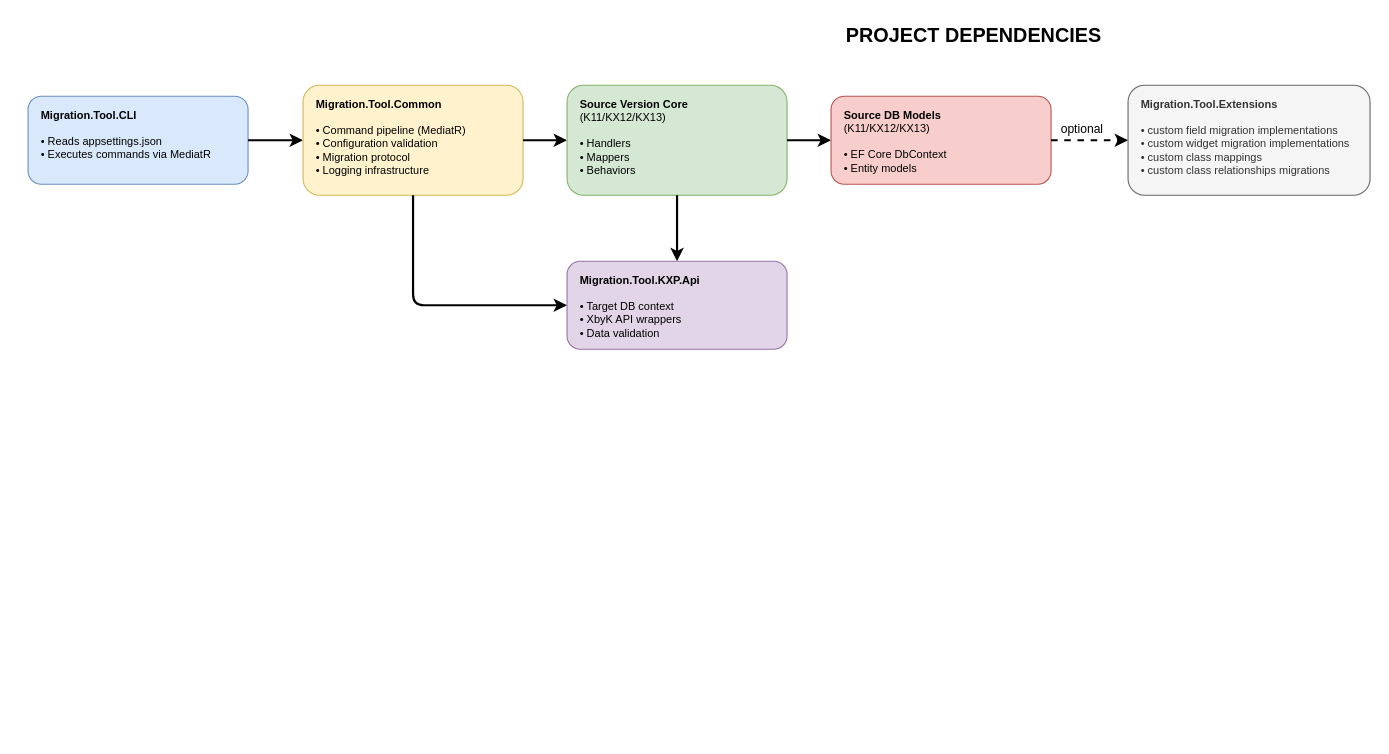
Earlier version of the draw.io diagram images/diagrams/project-dependencies.drawio (Kentico/xperience-by-kentico-kentico-migration-tool). Source tidied: cells renumbered, new cells numbered last; positions are measured from the earlier drawing's top-left corner, leaving out a move shared by most shapes. Both pictures are drawn from the tidied source at 110%, with x=0, y=0 at pixel (28, 19).
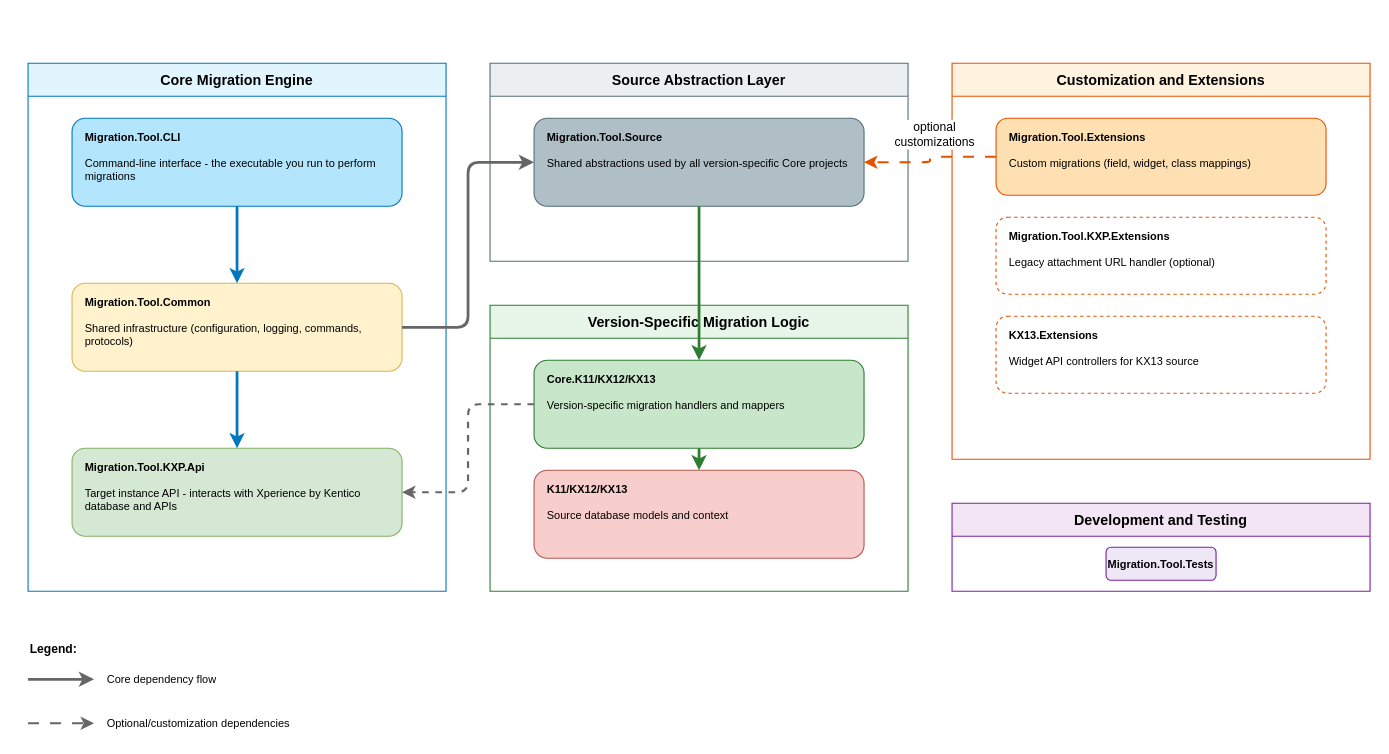
The same diagram, later.

Commit message (it also covers changes not shown here):
Migraton tool architecture and projects structure

Diff of the diagram source:
```diff
@@
-    <mxCell id="2" value="PROJECT DEPENDENCIES" style="text;html=1;strokeColor=none;fillColor=none;align=center;verticalAlign=middle;whiteSpace=wrap;rounded=0;fontSize=18;fontStyle=1;" parent="1" vertex="1">
-      <mxGeometry x="610" width="500" height="30" as="geometry" />
-    </mxCell>
+    <mxCell id="15" value="Core Migration Engine" style="swimlane;startSize=30;fillColor=#e1f5fe;strokeColor=#0277bd;fontStyle=1;fontSize=13;" parent="1" vertex="1">
+      <mxGeometry y="40" width="380" height="480" as="geometry" />
+    </mxCell>
-    <mxCell id="3" value="&lt;b&gt;Migration.Tool.CLI&lt;/b&gt;&lt;br&gt;&lt;br&gt;• Reads appsettings.json&lt;br&gt;• Executes commands via MediatR" style="rounded=1;whiteSpace=wrap;html=1;fillColor=#dae8fc;strokeColor=#6c8ebf;fontSize=10;align=left;verticalAlign=top;spacingLeft=10;spacingTop=5;" parent="1" vertex="1">
-      <mxGeometry y="70" width="200" height="80" as="geometry" />
+    <mxCell id="3" value="&lt;b&gt;Migration.Tool.CLI&lt;/b&gt;&lt;br&gt;&lt;br&gt;Command-line interface - the executable you run to perform migrations" style="rounded=1;whiteSpace=wrap;html=1;fillColor=#b3e5fc;strokeColor=#0277bd;fontSize=10;align=left;verticalAlign=top;spacingLeft=10;spacingTop=5;" parent="15" vertex="1">
+      <mxGeometry x="40" y="50" width="300" height="80" as="geometry" />
     </mxCell>
+    <mxCell id="5" value="&lt;b&gt;Migration.Tool.Common&lt;/b&gt;&lt;br&gt;&lt;br&gt;Shared infrastructure (configuration, logging, commands, protocols)" style="rounded=1;whiteSpace=wrap;html=1;fillColor=#fff2cc;strokeColor=#d6b656;fontSize=10;align=left;verticalAlign=top;spacingLeft=10;spacingTop=5;" parent="15" vertex="1">
+      <mxGeometry x="40" y="200" width="300" height="80" as="geometry" />
+    </mxCell>
+    <mxCell id="12" value="&lt;b&gt;Migration.Tool.KXP.Api&lt;/b&gt;&lt;br&gt;&lt;br&gt;Target instance API - interacts with Xperience by Kentico database and APIs" style="rounded=1;whiteSpace=wrap;html=1;fillColor=#d5e8d4;strokeColor=#82b366;fontSize=10;align=left;verticalAlign=top;spacingLeft=10;spacingTop=5;" parent="15" vertex="1">
+      <mxGeometry x="40" y="350" width="300" height="80" as="geometry" />
+    </mxCell>
+    <mxCell id="16" value="Source Abstraction Layer" style="swimlane;startSize=30;fillColor=#eceff1;strokeColor=#546e7a;fontStyle=1;fontSize=13;" parent="1" vertex="1">
+      <mxGeometry x="420" y="40" width="380" height="180" as="geometry" />
+    </mxCell>
+    <mxCell id="17" value="&lt;b&gt;Migration.Tool.Source&lt;/b&gt;&lt;br&gt;&lt;br&gt;Shared abstractions used by all version-specific Core projects" style="rounded=1;whiteSpace=wrap;html=1;fillColor=#b0bec5;strokeColor=#546e7a;fontSize=10;align=left;verticalAlign=top;spacingLeft=10;spacingTop=5;" parent="16" vertex="1">
+      <mxGeometry x="40" y="50" width="300" height="80" as="geometry" />
+    </mxCell>
+    <mxCell id="18" value="Version-Specific Migration Logic" style="swimlane;startSize=30;fillColor=#e8f5e9;strokeColor=#2e7d32;fontStyle=1;fontSize=13;" parent="1" vertex="1">
+      <mxGeometry x="420" y="260" width="380" height="260" as="geometry" />
+    </mxCell>
+    <mxCell id="7" value="&lt;b&gt;Core.K11/KX12/KX13&lt;/b&gt;&lt;br&gt;&lt;br&gt;Version-specific migration handlers and mappers" style="rounded=1;whiteSpace=wrap;html=1;fillColor=#c8e6c9;strokeColor=#2e7d32;fontSize=10;align=left;verticalAlign=top;spacingLeft=10;spacingTop=5;" parent="18" vertex="1">
+      <mxGeometry x="40" y="50" width="300" height="80" as="geometry" />
+    </mxCell>
+    <mxCell id="9" value="&lt;b&gt;K11/KX12/KX13&lt;/b&gt;&lt;br&gt;&lt;br&gt;Source database models and context" style="rounded=1;whiteSpace=wrap;html=1;fillColor=#f8cecc;strokeColor=#b85450;fontSize=10;align=left;verticalAlign=top;spacingLeft=10;spacingTop=5;" parent="18" vertex="1">
+      <mxGeometry x="40" y="150" width="300" height="80" as="geometry" />
+    </mxCell>
+    <mxCell id="19" value="Customization and Extensions" style="swimlane;startSize=30;fillColor=#fff3e0;strokeColor=#e65100;fontStyle=1;fontSize=13;" parent="1" vertex="1">
+      <mxGeometry x="840" y="40" width="380" height="360" as="geometry" />
+    </mxCell>
+    <mxCell id="14" value="&lt;b&gt;Migration.Tool.Extensions&lt;/b&gt;&lt;br&gt;&lt;br&gt;Custom migrations (field, widget, class mappings)" style="rounded=1;whiteSpace=wrap;html=1;fillColor=#ffe0b2;strokeColor=#e65100;fontSize=10;align=left;verticalAlign=top;spacingLeft=10;spacingTop=5;" parent="19" vertex="1">
+      <mxGeometry x="40" y="50" width="300" height="70" as="geometry" />
+    </mxCell>
+    <mxCell id="20" value="&lt;b&gt;Migration.Tool.KXP.Extensions&lt;/b&gt;&lt;br&gt;&lt;br&gt;Legacy attachment URL handler (optional)" style="rounded=1;whiteSpace=wrap;html=1;fillColor=#ffffff;strokeColor=#e65100;fontSize=10;align=left;verticalAlign=top;spacingLeft=10;spacingTop=5;dashed=1;dashPattern=3 3;" parent="19" vertex="1">
+      <mxGeometry x="40" y="140" width="300" height="70" as="geometry" />
+    </mxCell>
+    <mxCell id="21" value="&lt;b&gt;KX13.Extensions&lt;/b&gt;&lt;br&gt;&lt;br&gt;Widget API controllers for KX13 source" style="rounded=1;whiteSpace=wrap;html=1;fillColor=#ffffff;strokeColor=#e65100;fontSize=10;align=left;verticalAlign=top;spacingLeft=10;spacingTop=5;dashed=1;dashPattern=3 3;" parent="19" vertex="1">
+      <mxGeometry x="40" y="230" width="300" height="70" as="geometry" />
+    </mxCell>
+    <mxCell id="22" value="Development and Testing" style="swimlane;startSize=30;fillColor=#f3e5f5;strokeColor=#7b1fa2;fontStyle=1;fontSize=13;" parent="1" vertex="1">
+      <mxGeometry x="840" y="440" width="380" height="80" as="geometry" />
+    </mxCell>
+    <mxCell id="23" value="&lt;b&gt;Migration.Tool.Tests&lt;/b&gt;" style="rounded=1;whiteSpace=wrap;html=1;fillColor=#ede7f6;strokeColor=#7b1fa2;fontSize=10;align=center;verticalAlign=middle;" parent="22" vertex="1">
+      <mxGeometry x="140" y="40" width="100" height="30" as="geometry" />
+    </mxCell>
-    <mxCell id="4" style="endArrow=classic;html=1;strokeWidth=2;exitX=1;exitY=0.5;entryX=0;entryY=0.5;" parent="1" edge="1" source="3" target="5">
+    <mxCell id="4" style="endArrow=classic;html=1;strokeWidth=2.5;exitX=0.5;exitY=1;entryX=0.5;entryY=0;edgeStyle=orthogonalEdgeStyle;strokeColor=#0277bd;" parent="1" edge="1" source="3" target="5">
       <mxGeometry relative="1" as="geometry" />
     </mxCell>
-    <mxCell id="5" value="&lt;b&gt;Migration.Tool.Common&lt;/b&gt;&lt;br&gt;&lt;br&gt;• Command pipeline (MediatR)&lt;br&gt;• Configuration validation&lt;br&gt;• Migration protocol&lt;br&gt;• Logging infrastructure" style="rounded=1;whiteSpace=wrap;html=1;fillColor=#fff2cc;strokeColor=#d6b656;fontSize=10;align=left;verticalAlign=top;spacingLeft=10;spacingTop=5;" parent="1" vertex="1">
-      <mxGeometry x="250" y="60" width="200" height="100" as="geometry" />
-    </mxCell>
-    <mxCell id="6" style="endArrow=classic;html=1;strokeWidth=2;exitX=1;exitY=0.5;entryX=0;entryY=0.5;" parent="1" edge="1" source="5" target="7">
-      <mxGeometry relative="1" as="geometry" />
-    </mxCell>
-    <mxCell id="7" value="&lt;b&gt;Source Version Core&lt;/b&gt;&lt;br&gt;(K11/KX12/KX13)&lt;br&gt;&lt;br&gt;• Handlers&lt;br&gt;• Mappers&lt;br&gt;• Behaviors" style="rounded=1;whiteSpace=wrap;html=1;fillColor=#d5e8d4;strokeColor=#82b366;fontSize=10;align=left;verticalAlign=top;spacingLeft=10;spacingTop=5;" parent="1" vertex="1">
-      <mxGeometry x="490" y="60" width="200" height="100" as="geometry" />
-    </mxCell>
+    <mxCell id="10" style="endArrow=classic;html=1;strokeWidth=2.5;exitX=0.5;exitY=1;entryX=0.5;entryY=0;edgeStyle=orthogonalEdgeStyle;strokeColor=#0277bd;" parent="1" edge="1" source="5" target="12">
+      <mxGeometry relative="1" as="geometry" />
+    </mxCell>
+    <mxCell id="24" style="endArrow=classic;html=1;strokeWidth=2.5;exitX=1;exitY=0.5;entryX=0;entryY=0.5;edgeStyle=orthogonalEdgeStyle;strokeColor=#666666;" parent="1" edge="1" source="5" target="17">
+      <mxGeometry relative="1" as="geometry" />
+    </mxCell>
+    <mxCell id="25" style="endArrow=classic;html=1;strokeWidth=2.5;exitX=0.5;exitY=1;entryX=0.5;entryY=0;edgeStyle=orthogonalEdgeStyle;strokeColor=#2e7d32;" parent="1" edge="1" source="17" target="7">
+      <mxGeometry relative="1" as="geometry" />
+    </mxCell>
-    <mxCell id="8" style="endArrow=classic;html=1;strokeWidth=2;exitX=1;exitY=0.5;entryX=0;entryY=0.5;" parent="1" edge="1" source="7" target="9">
+    <mxCell id="8" style="endArrow=classic;html=1;strokeWidth=2.5;exitX=0.5;exitY=1;entryX=0.5;entryY=0;edgeStyle=orthogonalEdgeStyle;strokeColor=#2e7d32;" parent="1" edge="1" source="7" target="9">
       <mxGeometry relative="1" as="geometry" />
     </mxCell>
-    <mxCell id="9" value="&lt;b&gt;Source DB Models&lt;/b&gt;&lt;br&gt;(K11/KX12/KX13)&lt;br&gt;&lt;br&gt;• EF Core DbContext&lt;br&gt;• Entity models" style="rounded=1;whiteSpace=wrap;html=1;fillColor=#f8cecc;strokeColor=#b85450;fontSize=10;align=left;verticalAlign=top;spacingLeft=10;spacingTop=5;" parent="1" vertex="1">
-      <mxGeometry x="730" y="70" width="200" height="80" as="geometry" />
-    </mxCell>
-    <mxCell id="10" style="endArrow=classic;html=1;strokeWidth=2;exitX=0.5;exitY=1;entryX=0;entryY=0.5;edgeStyle=orthogonalEdgeStyle;" parent="1" edge="1" source="5" target="12">
-      <mxGeometry relative="1" as="geometry" />
-    </mxCell>
-    <mxCell id="11" style="endArrow=classic;html=1;strokeWidth=2;exitX=0.5;exitY=1;entryX=0.5;entryY=0;edgeStyle=orthogonalEdgeStyle;" parent="1" edge="1" source="7" target="12">
-      <mxGeometry relative="1" as="geometry" />
+    <mxCell id="11" style="endArrow=classic;html=1;strokeWidth=2;exitX=0;exitY=0.5;entryX=1;entryY=0.5;edgeStyle=orthogonalEdgeStyle;strokeColor=#666666;dashed=1;" parent="1" edge="1" source="7" target="12">
+      <mxGeometry relative="1" as="geometry">
+        <Array as="points">
+          <mxPoint x="400" y="350" />
+          <mxPoint x="400" y="430" />
+        </Array>
+      </mxGeometry>
     </mxCell>
-    <mxCell id="12" value="&lt;b&gt;Migration.Tool.KXP.Api&lt;/b&gt;&lt;br&gt;&lt;br&gt;• Target DB context&lt;br&gt;• XbyK API wrappers&lt;br&gt;• Data validation" style="rounded=1;whiteSpace=wrap;html=1;fillColor=#e1d5e7;strokeColor=#9673a6;fontSize=10;align=left;verticalAlign=top;spacingLeft=10;spacingTop=5;" parent="1" vertex="1">
-      <mxGeometry x="490" y="220" width="200" height="80" as="geometry" />
-    </mxCell>
-    <mxCell id="13" value="optional" style="endArrow=classic;html=1;strokeWidth=2;exitX=1;exitY=0.5;entryX=0;entryY=0.5;dashed=1;" parent="1" edge="1" source="9" target="14">
-      <mxGeometry x="-0.2" y="10" relative="1" as="geometry" />
-    </mxCell>
-    <mxCell id="14" value="&lt;b&gt;Migration.Tool.Extensions&lt;/b&gt;&lt;br&gt;&lt;br&gt;• custom field migration implementations&lt;br&gt;• custom widget migration implementations&lt;br&gt;• custom class mappings&lt;div&gt;&lt;span style=&quot;color: rgb(51, 51, 51);&quot;&gt;• custom class relationships migrations&lt;/span&gt;&lt;/div&gt;" style="rounded=1;whiteSpace=wrap;html=1;fillColor=#f5f5f5;strokeColor=#666666;fontSize=10;align=left;verticalAlign=top;spacingLeft=10;spacingTop=5;fontColor=#333333;" parent="1" vertex="1">
-      <mxGeometry x="1000" y="60" width="220" height="100" as="geometry" />
-    </mxCell>
+    <mxCell id="26" value="optional&#10;customizations" style="endArrow=classic;html=1;strokeWidth=2;exitX=0;exitY=0.5;entryX=1;entryY=0.5;edgeStyle=orthogonalEdgeStyle;strokeColor=#e65100;dashed=1;dashPattern=5 5;" parent="1" edge="1" source="14" target="17">
+      <mxGeometry x="-0.1" y="-20" relative="1" as="geometry" />
+    </mxCell>
+    <mxCell id="27" value="Legend:" style="text;html=1;strokeColor=none;fillColor=none;align=left;verticalAlign=top;whiteSpace=wrap;rounded=0;fontSize=11;fontStyle=1;" parent="1" vertex="1">
+      <mxGeometry y="560" width="80" height="20" as="geometry" />
+    </mxCell>
+    <mxCell id="28" style="endArrow=classic;html=1;strokeWidth=2.5;strokeColor=#666666;" parent="1" edge="1">
+      <mxGeometry relative="1" as="geometry">
+        <mxPoint y="600" as="sourcePoint" />
+        <mxPoint x="60" y="600" as="targetPoint" />
+      </mxGeometry>
+    </mxCell>
+    <mxCell id="29" value="Core dependency flow" style="text;html=1;strokeColor=none;fillColor=none;align=left;verticalAlign=middle;whiteSpace=wrap;rounded=0;fontSize=10;" parent="1" vertex="1">
+      <mxGeometry x="70" y="590" width="150" height="20" as="geometry" />
+    </mxCell>
+    <mxCell id="30" style="endArrow=classic;html=1;strokeWidth=2;strokeColor=#666666;dashed=1;dashPattern=5 5;" parent="1" edge="1">
+      <mxGeometry relative="1" as="geometry">
+        <mxPoint y="640" as="sourcePoint" />
+        <mxPoint x="60" y="640" as="targetPoint" />
+      </mxGeometry>
+    </mxCell>
+    <mxCell id="31" value="Optional/customization dependencies" style="text;html=1;strokeColor=none;fillColor=none;align=left;verticalAlign=middle;whiteSpace=wrap;rounded=0;fontSize=10;" parent="1" vertex="1">
+      <mxGeometry x="70" y="630" width="200" height="20" as="geometry" />
+    </mxCell>
```
